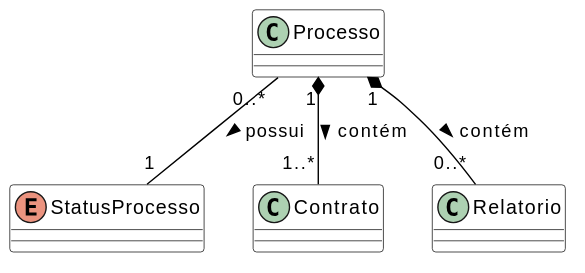
Earlier version of the PlantUML export docs/assets/Diagramas/out/diagrama_classes_processo.svg (Projetos-de-Extensao/PBE_26.1_8002_III).
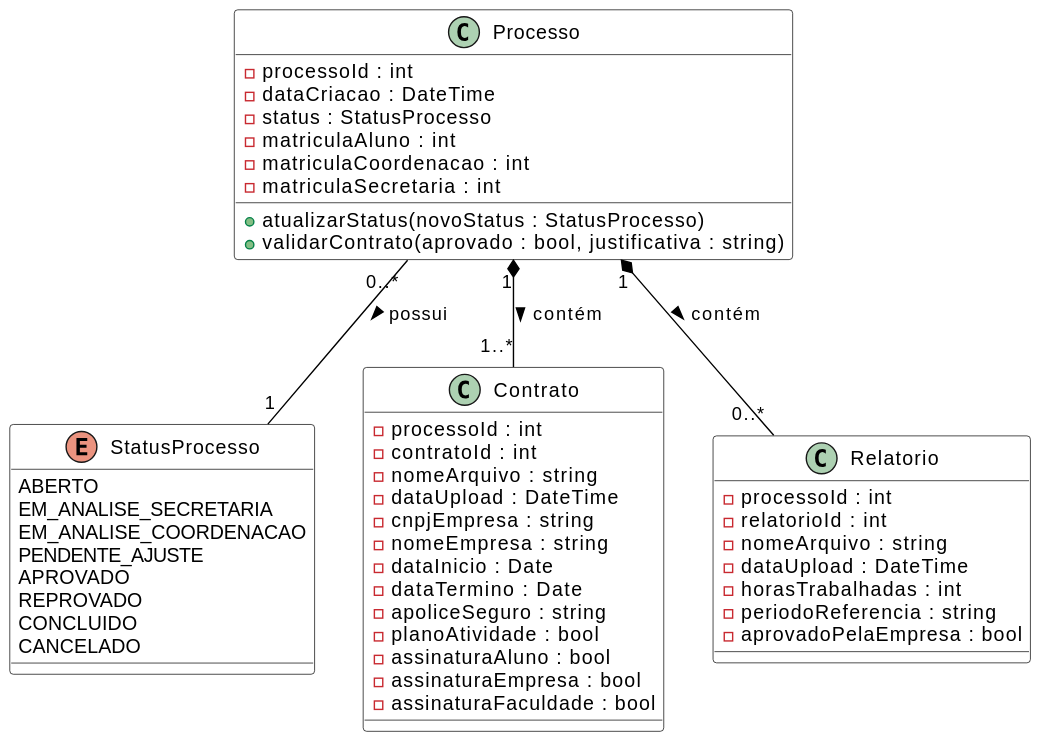
The same diagram one commit later.

Change to the diagram source:
```diff
@@ -6,15 +6,51 @@
 }
 
 enum StatusProcesso {
+ABERTO
+EM_ANALISE_SECRETARIA
+EM_ANALISE_COORDENACAO
+PENDENTE_AJUSTE
+APROVADO
+REPROVADO
+CONCLUIDO
+CANCELADO
 }
 
 class Processo {
+- processoId : int
+- dataCriacao : DateTime
+- status : StatusProcesso
+- matriculaAluno : int
+- matriculaCoordenacao : int
+- matriculaSecretaria : int
++ atualizarStatus(novoStatus : StatusProcesso)
++ validarContrato(aprovado : bool, justificativa : string)
 }
 
 class Contrato {
+- processoId : int
+- contratoId : int
+- nomeArquivo : string
+- dataUpload : DateTime
+- cnpjEmpresa : string
+- nomeEmpresa : string
+- dataInicio : Date
+- dataTermino : Date
+- apoliceSeguro : string
+- planoAtividade : bool
+- assinaturaAluno : bool
+- assinaturaEmpresa : bool
+- assinaturaFaculdade : bool
 }
 
 class Relatorio {
+- processoId : int
+- relatorioId : int
+- nomeArquivo : string
+- dataUpload : DateTime
+- horasTrabalhadas : int
+- periodoReferencia : string
+- aprovadoPelaEmpresa : bool
 }
 
 Processo "1" *-- "1..*" Contrato : contém >
```
